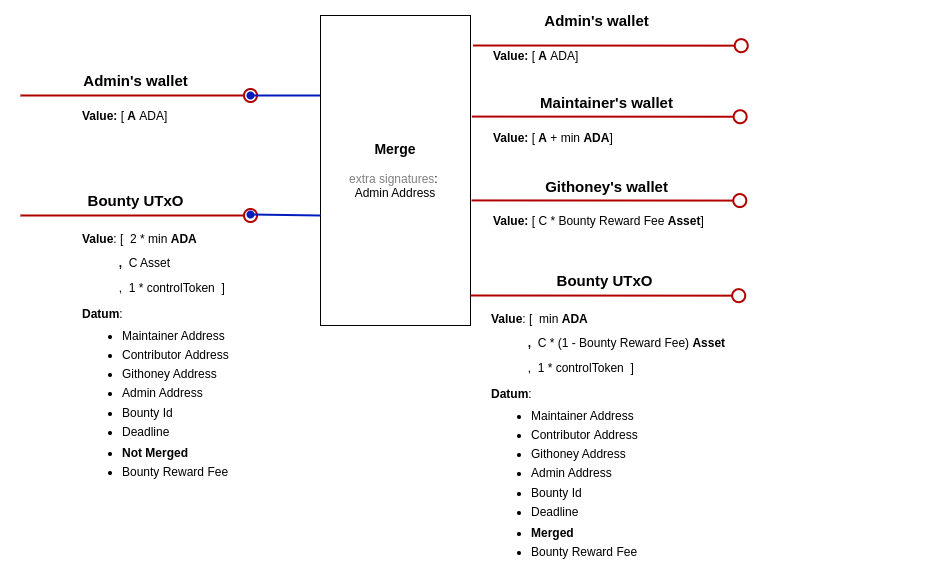
Earlier version of the draw.io export docs/img/merge.png (githoney-io/githoney-smart-contract). Source tidied: cells renumbered, new cells last; positions are measured from the earlier drawing's top-left corner, leaving out a move shared by most shapes.
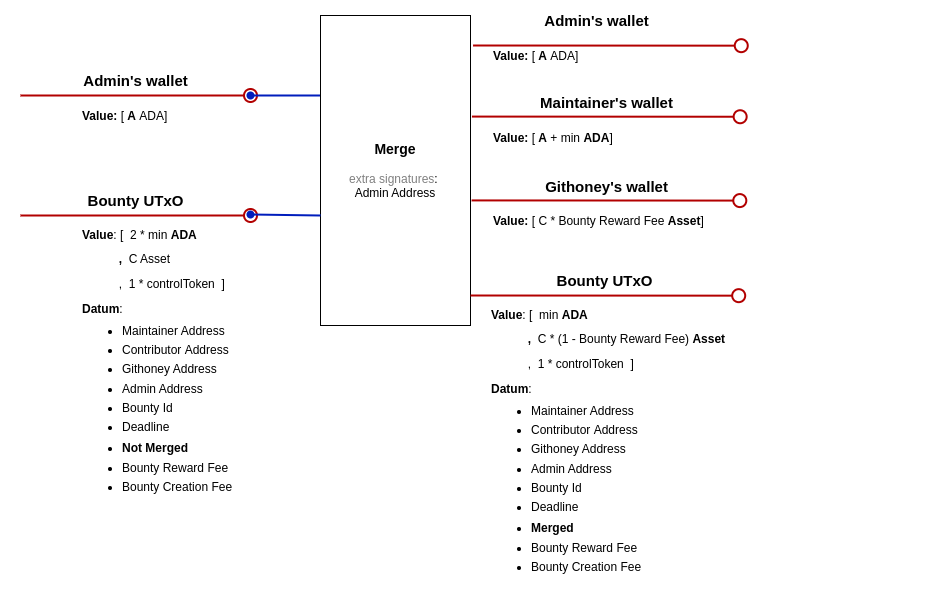
After the commit.

Commit message:
Adding creation Fee to datum

Diff of the diagram source:
```diff
@@ -47,10 +47,10 @@
     <mxCell id="11" value="&lt;font style=&quot;font-size: 15px;&quot;&gt;&lt;b&gt;Bounty UTxO&lt;/b&gt;&lt;/font&gt;" style="text;html=1;align=center;verticalAlign=middle;strokeColor=none;fillColor=none;" parent="1" vertex="1">
       <mxGeometry x="55" y="180" width="120" height="30" as="geometry" />
     </mxCell>
-    <mxCell id="12" value="&lt;p style=&quot;line-height: 100%;&quot;&gt;&lt;b&gt;Value&lt;/b&gt;: [&amp;nbsp; 2 * min&lt;b&gt;&amp;nbsp;ADA&lt;/b&gt;&lt;/p&gt;&lt;p style=&quot;line-height: 100%;&quot;&gt;&lt;b&gt;&lt;span style=&quot;white-space: pre;&quot;&gt;&#9;&lt;/span&gt;&amp;nbsp; &amp;nbsp;,&amp;nbsp; &lt;/b&gt;C Asset&lt;br&gt;&lt;/p&gt;&lt;span style=&quot;background-color: initial;&quot;&gt;&amp;nbsp; &amp;nbsp; &amp;nbsp; &amp;nbsp; &amp;nbsp; &amp;nbsp;,&amp;nbsp; 1 * controlToken&lt;/span&gt;&lt;b style=&quot;background-color: initial;&quot;&gt;&amp;nbsp;&amp;nbsp;&lt;/b&gt;&lt;span style=&quot;background-color: initial;&quot;&gt;]&amp;nbsp;&lt;/span&gt;&lt;div&gt;&lt;div&gt;&lt;p style=&quot;line-height: 100%;&quot;&gt;&lt;b&gt;Datum&lt;/b&gt;:&lt;/p&gt;&lt;ul style=&quot;line-height: 80%;&quot;&gt;&lt;li&gt;Maintainer Address&lt;br&gt;&lt;br&gt;&lt;/li&gt;&lt;li&gt;Contributor&amp;nbsp;Address&lt;br&gt;&lt;br&gt;&lt;/li&gt;&lt;li&gt;Githoney Address&lt;br&gt;&lt;br&gt;&lt;/li&gt;&lt;li&gt;Admin Address&amp;nbsp; &amp;nbsp; &amp;nbsp; &amp;nbsp; &amp;nbsp; &amp;nbsp;&lt;br&gt;&amp;nbsp; &amp;nbsp; &amp;nbsp;&lt;/li&gt;&lt;li&gt;Bounty Id&lt;br&gt;&lt;br&gt;&lt;/li&gt;&lt;li&gt;Deadline&lt;/li&gt;&lt;/ul&gt;&lt;ul style=&quot;line-height: 80%;&quot;&gt;&lt;li&gt;&lt;b&gt;Not Merged&lt;br&gt;&lt;/b&gt;&lt;br&gt;&lt;/li&gt;&lt;li&gt;Bounty Reward Fee&lt;br&gt;&lt;br&gt;&lt;/li&gt;&lt;/ul&gt;&lt;p&gt;&lt;/p&gt;&lt;/div&gt;&lt;/div&gt;" style="text;html=1;strokeColor=none;fillColor=none;align=left;verticalAlign=middle;whiteSpace=wrap;rounded=0;" parent="1" vertex="1">
+    <mxCell id="12" value="&lt;p style=&quot;line-height: 100%;&quot;&gt;&lt;b&gt;Value&lt;/b&gt;: [&amp;nbsp; 2 * min&lt;b&gt;&amp;nbsp;ADA&lt;/b&gt;&lt;/p&gt;&lt;p style=&quot;line-height: 100%;&quot;&gt;&lt;b&gt;&lt;span style=&quot;white-space: pre;&quot;&gt;&#9;&lt;/span&gt;&amp;nbsp; &amp;nbsp;,&amp;nbsp; &lt;/b&gt;C Asset&lt;br&gt;&lt;/p&gt;&lt;span style=&quot;background-color: initial;&quot;&gt;&amp;nbsp; &amp;nbsp; &amp;nbsp; &amp;nbsp; &amp;nbsp; &amp;nbsp;,&amp;nbsp; 1 * controlToken&lt;/span&gt;&lt;b style=&quot;background-color: initial;&quot;&gt;&amp;nbsp;&amp;nbsp;&lt;/b&gt;&lt;span style=&quot;background-color: initial;&quot;&gt;]&amp;nbsp;&lt;/span&gt;&lt;div&gt;&lt;div&gt;&lt;p style=&quot;line-height: 100%;&quot;&gt;&lt;b&gt;Datum&lt;/b&gt;:&lt;/p&gt;&lt;ul style=&quot;line-height: 80%;&quot;&gt;&lt;li&gt;Maintainer Address&lt;br&gt;&lt;br&gt;&lt;/li&gt;&lt;li&gt;Contributor&amp;nbsp;Address&lt;br&gt;&lt;br&gt;&lt;/li&gt;&lt;li&gt;Githoney Address&lt;br&gt;&lt;br&gt;&lt;/li&gt;&lt;li&gt;Admin Address&amp;nbsp; &amp;nbsp; &amp;nbsp; &amp;nbsp; &amp;nbsp; &amp;nbsp;&lt;br&gt;&amp;nbsp; &amp;nbsp; &amp;nbsp;&lt;/li&gt;&lt;li&gt;Bounty Id&lt;br&gt;&lt;br&gt;&lt;/li&gt;&lt;li&gt;Deadline&lt;/li&gt;&lt;/ul&gt;&lt;ul style=&quot;line-height: 80%;&quot;&gt;&lt;li&gt;&lt;b&gt;Not Merged&lt;br&gt;&lt;/b&gt;&lt;br&gt;&lt;/li&gt;&lt;li&gt;Bounty Reward Fee&lt;br&gt;&lt;br&gt;&lt;/li&gt;&lt;li&gt;Bounty Creation Fee&lt;/li&gt;&lt;/ul&gt;&lt;p&gt;&lt;/p&gt;&lt;/div&gt;&lt;/div&gt;" style="text;html=1;strokeColor=none;fillColor=none;align=left;verticalAlign=middle;whiteSpace=wrap;rounded=0;" parent="1" vertex="1">
       <mxGeometry x="60" y="230" width="437.4" height="250" as="geometry" />
     </mxCell>
-    <mxCell id="13" value="&lt;p style=&quot;line-height: 100%;&quot;&gt;&lt;b&gt;Value&lt;/b&gt;: [&amp;nbsp; min&lt;b&gt;&amp;nbsp;ADA&lt;/b&gt;&lt;/p&gt;&lt;p style=&quot;line-height: 100%;&quot;&gt;&lt;b&gt;&lt;span style=&quot;white-space: pre;&quot;&gt;&#9;&lt;/span&gt;&amp;nbsp; &amp;nbsp;,&amp;nbsp;&amp;nbsp;&lt;/b&gt;&lt;span style=&quot;background-color: initial;&quot;&gt;C * (1 - Bounty Reward Fee)&lt;/span&gt;&lt;span style=&quot;background-color: initial;&quot;&gt;&amp;nbsp;&lt;/span&gt;&lt;b style=&quot;background-color: initial;&quot;&gt;Asset&lt;/b&gt;&lt;br&gt;&lt;/p&gt;&lt;span style=&quot;background-color: initial;&quot;&gt;&amp;nbsp; &amp;nbsp; &amp;nbsp; &amp;nbsp; &amp;nbsp; &amp;nbsp;,&amp;nbsp; 1 * controlToken&lt;/span&gt;&lt;b style=&quot;background-color: initial;&quot;&gt;&amp;nbsp;&amp;nbsp;&lt;/b&gt;&lt;span style=&quot;background-color: initial;&quot;&gt;]&amp;nbsp;&lt;/span&gt;&lt;div&gt;&lt;div&gt;&lt;p style=&quot;line-height: 100%;&quot;&gt;&lt;b&gt;Datum&lt;/b&gt;:&lt;/p&gt;&lt;ul style=&quot;line-height: 80%;&quot;&gt;&lt;li&gt;Maintainer Address&lt;br&gt;&lt;b&gt;&lt;br&gt;&lt;/b&gt;&lt;/li&gt;&lt;li&gt;Contributor&amp;nbsp;Address&lt;br&gt;&lt;br&gt;&lt;/li&gt;&lt;li&gt;Githoney Address&lt;br&gt;&lt;/li&gt;&lt;br&gt;&lt;li&gt;Admin Address&amp;nbsp; &amp;nbsp; &amp;nbsp; &amp;nbsp; &amp;nbsp; &amp;nbsp;&lt;br&gt;&amp;nbsp; &amp;nbsp; &amp;nbsp;&lt;/li&gt;&lt;li&gt;Bounty Id&lt;br&gt;&lt;br&gt;&lt;/li&gt;&lt;li&gt;Deadline&lt;/li&gt;&lt;/ul&gt;&lt;ul style=&quot;line-height: 80%;&quot;&gt;&lt;li&gt;&lt;b&gt;Merged&lt;br&gt;&lt;/b&gt;&lt;br&gt;&lt;/li&gt;&lt;li&gt;Bounty Reward Fee&lt;br&gt;&lt;br&gt;&lt;/li&gt;&lt;/ul&gt;&lt;p&gt;&lt;/p&gt;&lt;/div&gt;&lt;/div&gt;" style="text;html=1;strokeColor=none;fillColor=none;align=left;verticalAlign=middle;whiteSpace=wrap;rounded=0;" parent="1" vertex="1">
+    <mxCell id="13" value="&lt;p style=&quot;line-height: 100%;&quot;&gt;&lt;b&gt;Value&lt;/b&gt;: [&amp;nbsp; min&lt;b&gt;&amp;nbsp;ADA&lt;/b&gt;&lt;/p&gt;&lt;p style=&quot;line-height: 100%;&quot;&gt;&lt;b&gt;&lt;span style=&quot;white-space: pre;&quot;&gt;&#9;&lt;/span&gt;&amp;nbsp; &amp;nbsp;,&amp;nbsp;&amp;nbsp;&lt;/b&gt;&lt;span style=&quot;background-color: initial;&quot;&gt;C * (1 - Bounty Reward Fee)&lt;/span&gt;&lt;span style=&quot;background-color: initial;&quot;&gt;&amp;nbsp;&lt;/span&gt;&lt;b style=&quot;background-color: initial;&quot;&gt;Asset&lt;/b&gt;&lt;br&gt;&lt;/p&gt;&lt;span style=&quot;background-color: initial;&quot;&gt;&amp;nbsp; &amp;nbsp; &amp;nbsp; &amp;nbsp; &amp;nbsp; &amp;nbsp;,&amp;nbsp; 1 * controlToken&lt;/span&gt;&lt;b style=&quot;background-color: initial;&quot;&gt;&amp;nbsp;&amp;nbsp;&lt;/b&gt;&lt;span style=&quot;background-color: initial;&quot;&gt;]&amp;nbsp;&lt;/span&gt;&lt;div&gt;&lt;div&gt;&lt;p style=&quot;line-height: 100%;&quot;&gt;&lt;b&gt;Datum&lt;/b&gt;:&lt;/p&gt;&lt;ul style=&quot;line-height: 80%;&quot;&gt;&lt;li&gt;Maintainer Address&lt;br&gt;&lt;b&gt;&lt;br&gt;&lt;/b&gt;&lt;/li&gt;&lt;li&gt;Contributor&amp;nbsp;Address&lt;br&gt;&lt;br&gt;&lt;/li&gt;&lt;li&gt;Githoney Address&lt;br&gt;&lt;/li&gt;&lt;br&gt;&lt;li&gt;Admin Address&amp;nbsp; &amp;nbsp; &amp;nbsp; &amp;nbsp; &amp;nbsp; &amp;nbsp;&lt;br&gt;&amp;nbsp; &amp;nbsp; &amp;nbsp;&lt;/li&gt;&lt;li&gt;Bounty Id&lt;br&gt;&lt;br&gt;&lt;/li&gt;&lt;li&gt;Deadline&lt;/li&gt;&lt;/ul&gt;&lt;ul style=&quot;line-height: 80%;&quot;&gt;&lt;li&gt;&lt;b&gt;Merged&lt;br&gt;&lt;/b&gt;&lt;br&gt;&lt;/li&gt;&lt;li&gt;Bounty Reward Fee&lt;br&gt;&lt;br&gt;&lt;/li&gt;&lt;li&gt;Bounty Creation Fee&lt;/li&gt;&lt;/ul&gt;&lt;p&gt;&lt;/p&gt;&lt;/div&gt;&lt;/div&gt;" style="text;html=1;strokeColor=none;fillColor=none;align=left;verticalAlign=middle;whiteSpace=wrap;rounded=0;" parent="1" vertex="1">
       <mxGeometry x="468.9" y="310" width="437.4" height="250" as="geometry" />
     </mxCell>
     <mxCell id="14" value="&lt;b&gt;Value: &lt;/b&gt;[&lt;b&gt;&amp;nbsp;A&lt;/b&gt;&amp;nbsp;+ min &lt;b&gt;ADA&lt;/b&gt;]" style="text;html=1;strokeColor=none;fillColor=none;align=left;verticalAlign=middle;whiteSpace=wrap;rounded=0;" parent="1" vertex="1">
```
